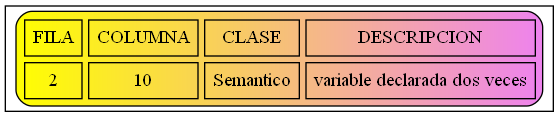
JoseMore99/OLC2_P1_201701015 keeps this Graphviz diagram as Errores.png. Above is the earlier version. Its source is kept beside it as Errores.dot. Source of this version:
```dot
digraph G{
node [shape=record];
a0 [label=<<TABLE border="1" cellspacing="5" cellpadding="5" style="rounded" bgcolor="yellow:violet">
"<TR><TD>FILA</TD><TD>COLUMNA</TD><TD>CLASE</TD><TD>DESCRIPCION</TD></TR>
<TR><TD>2</TD><TD>10</TD><TD>Semantico</TD><TD>variable declarada dos veces</TD></TR>
</TABLE>>];
}
```
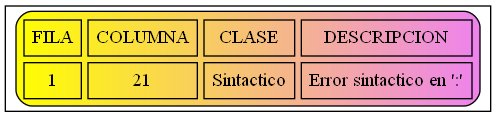
After the change.

The edit, as a diff of the source:
```diff
@@ -2,6 +2,6 @@
 node [shape=record];
 a0 [label=<<TABLE border="1" cellspacing="5" cellpadding="5" style="rounded" bgcolor="yellow:violet">
 "<TR><TD>FILA</TD><TD>COLUMNA</TD><TD>CLASE</TD><TD>DESCRIPCION</TD></TR>
-<TR><TD>2</TD><TD>10</TD><TD>Semantico</TD><TD>variable declarada dos veces</TD></TR>
+<TR><TD>1</TD><TD>21</TD><TD>Sintactico</TD><TD>Error sintactico en ':'</TD></TR>
 </TABLE>>];
 }
```
